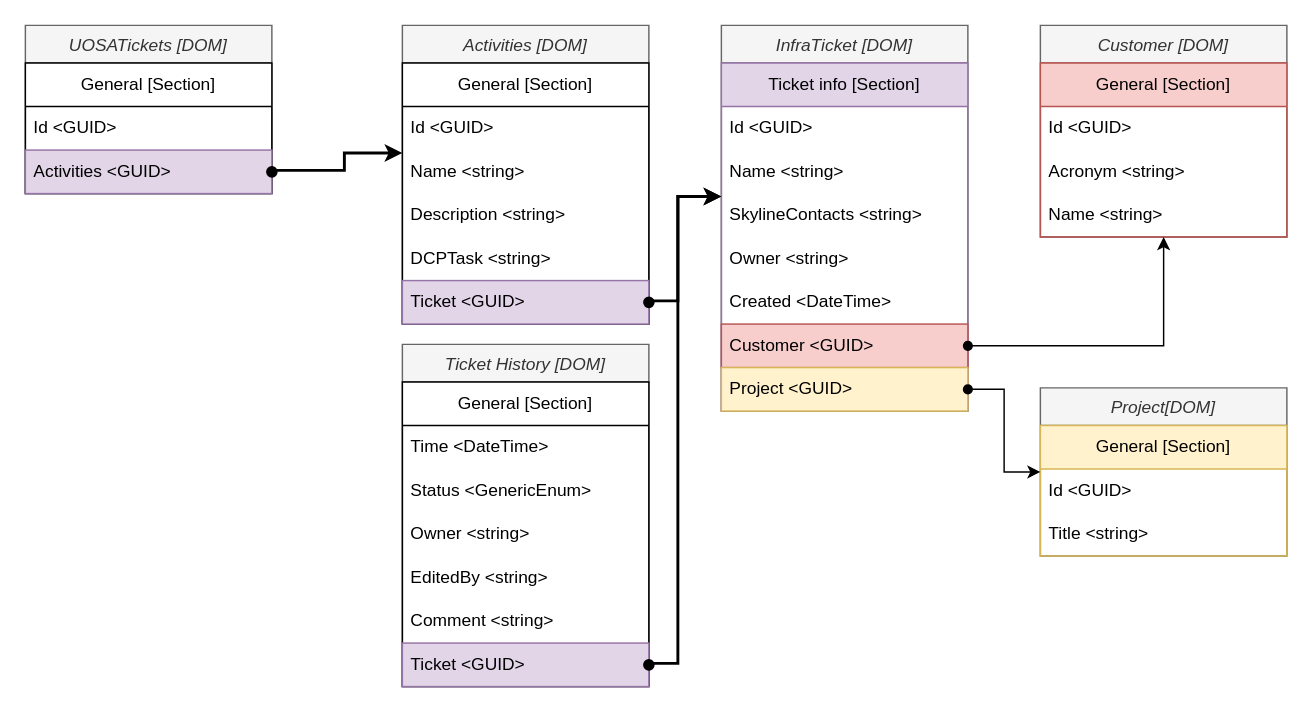
Before: DOM_Design.drawio in jarnevynckier/DOM_Design, a draw.io diagram. Source tidied: cells renumbered, new cells numbered last; positions are measured from the earlier drawing's top-left corner, leaving out a move shared by most shapes. Both pictures are drawn from the tidied source at 145%, with x=0, y=0 at pixel (25, 25).
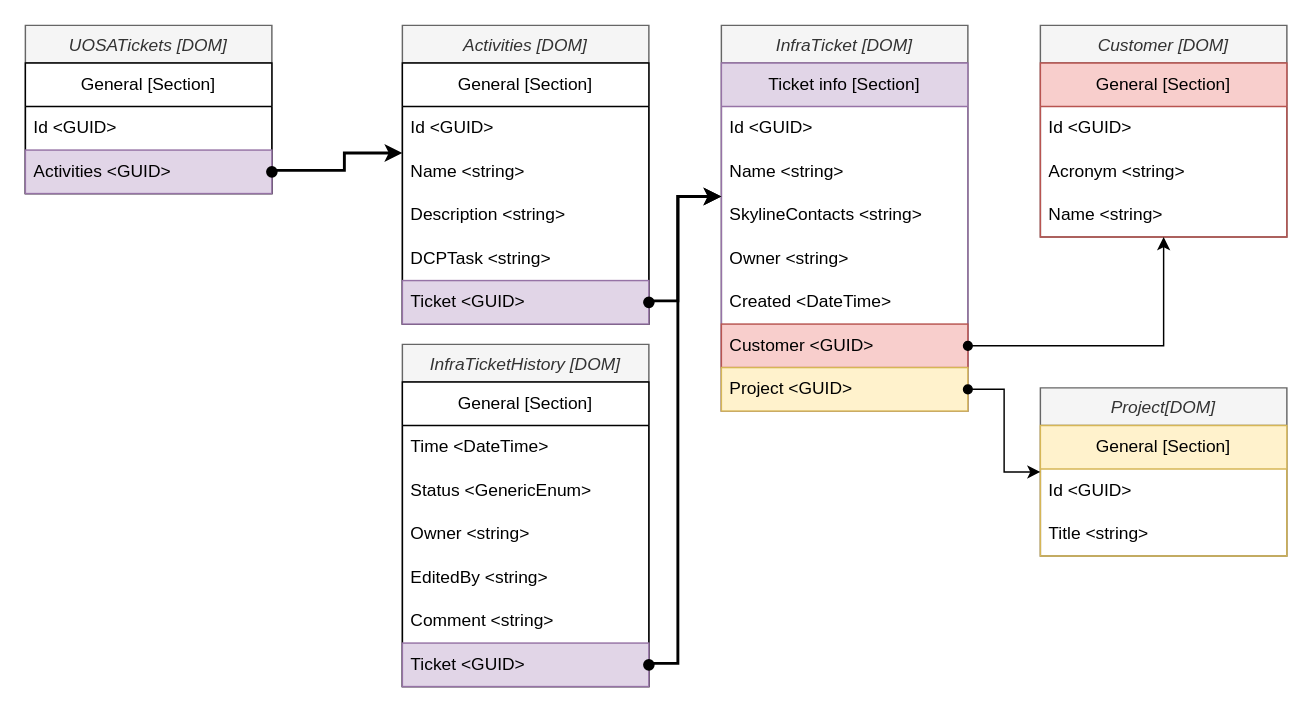
Above is the later version.

Change to the diagram source:
```diff
@@
-    <mxCell id="35" value="Ticket History [DOM]" style="swimlane;fontStyle=2;align=center;verticalAlign=top;horizontal=1;startSize=26;rounded=0;shadow=0;strokeWidth=1;fillColor=#f5f5f5;fontColor=#333333;strokeColor=#666666;" parent="1" vertex="1">
+    <mxCell id="35" value="InfraTicketHistory [DOM]" style="swimlane;fontStyle=2;align=center;verticalAlign=top;horizontal=1;startSize=26;rounded=0;shadow=0;strokeWidth=1;fillColor=#f5f5f5;fontColor=#333333;strokeColor=#666666;" parent="1" vertex="1">
       <mxGeometry x="260" y="220" width="170" height="236" as="geometry" />
     </mxCell>
```
